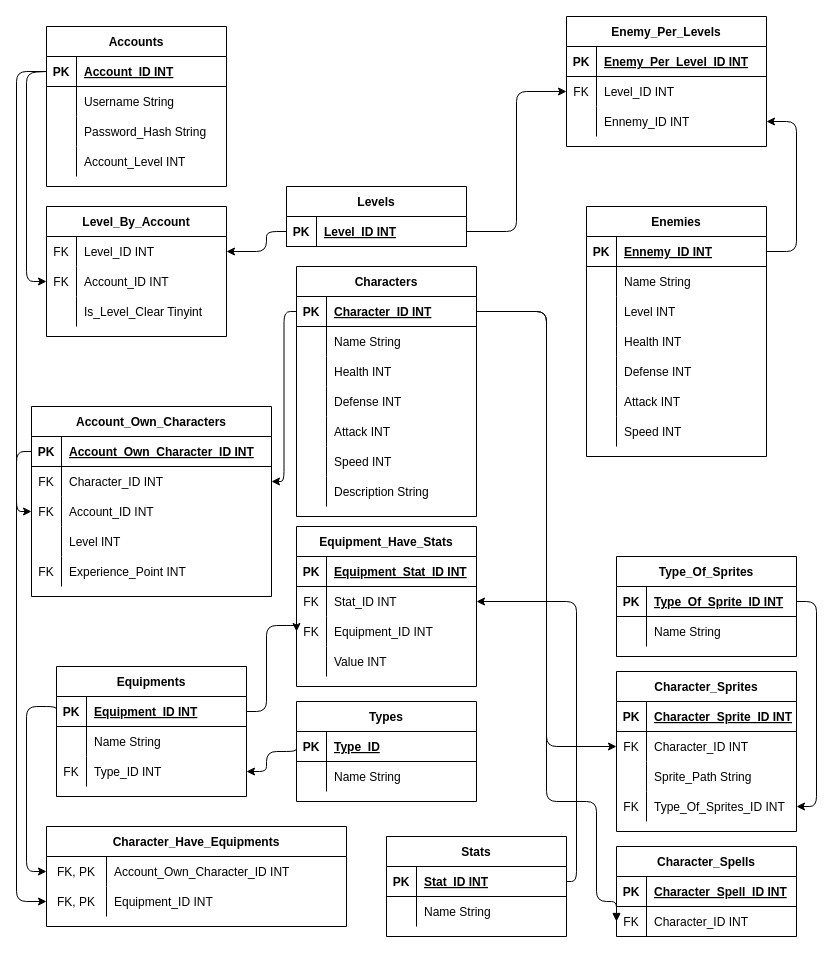
Nomeos/Code-TimeRewind keeps this draw.io diagram as Documentation/MLD.drawio. Above is the earlier version. Source tidied: cells renumbered, new cells numbered last; positions are measured from the earlier drawing's top-left corner, leaving out a move shared by most shapes. Both pictures are drawn from the tidied source at 100%, with x=0, y=0 at pixel (16, 16).
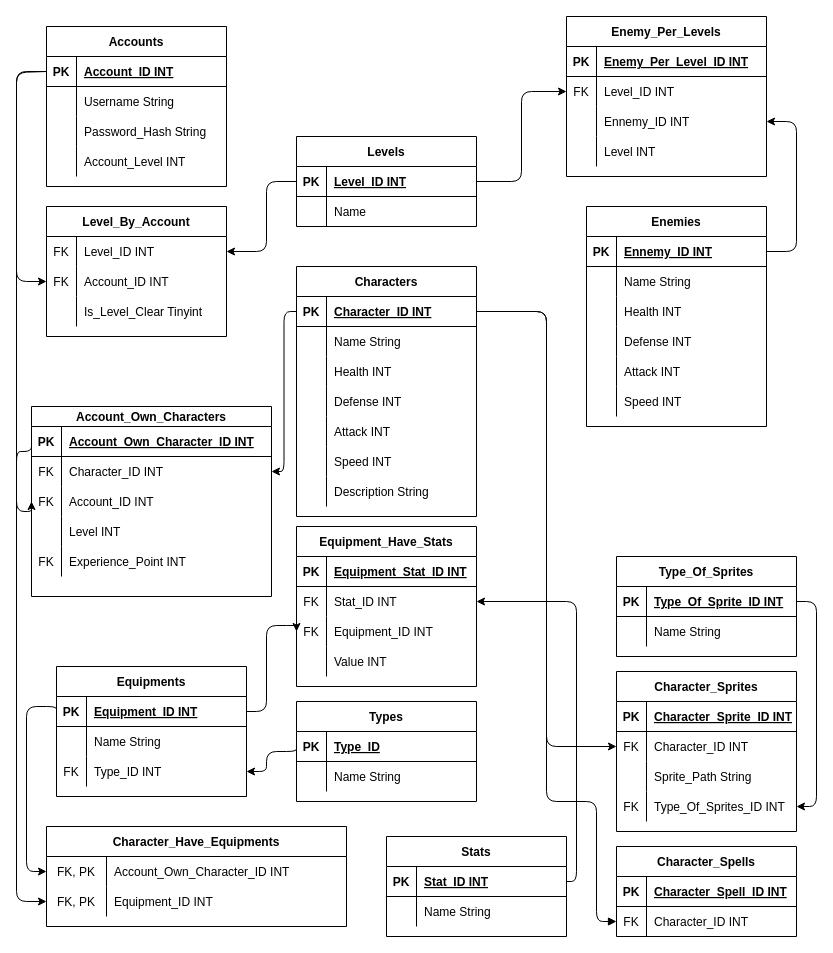
The same page after the edit.

The change refers to these unchanged cells:
```xml
<mxCell id="3" style="shape=partialRectangle;fillColor=none;top=0;left=0;bottom=1;right=0;points=[[0,0.5],[1,0.5]];portConstraint=eastwest;" parent="2" vertex="1">
  <mxGeometry y="30" width="180" height="30" as="geometry" />
</mxCell>
<mxCell id="16" style="shape=partialRectangle;fillColor=none;top=0;left=0;bottom=1;right=0;points=[[0,0.5],[1,0.5]];portConstraint=eastwest;" parent="15" vertex="1">
  <mxGeometry y="30" width="180" height="30" as="geometry" />
</mxCell>
<mxCell id="151" style="shape=partialRectangle;fillColor=none;top=0;left=0;bottom=0;right=0;points=[[0,0.5],[1,0.5]];portConstraint=eastwest;" parent="147" vertex="1">
  <mxGeometry y="60" width="180" height="30" as="geometry" />
</mxCell>
<mxCell id="155" style="shape=partialRectangle;fillColor=none;top=0;left=0;bottom=1;right=0;points=[[0,0.5],[1,0.5]];portConstraint=eastwest;" parent="154" vertex="1">
  <mxGeometry y="30" width="180" height="30" as="geometry" />
</mxCell>
<mxCell id="161" style="shape=partialRectangle;fillColor=none;top=0;left=0;bottom=0;right=0;points=[[0,0.5],[1,0.5]];portConstraint=eastwest;" parent="160" vertex="1">
  <mxGeometry y="30" width="180" height="30" as="geometry" />
</mxCell>
<mxCell id="164" style="shape=partialRectangle;fillColor=none;top=0;left=0;bottom=0;right=0;points=[[0,0.5],[1,0.5]];portConstraint=eastwest;" parent="160" vertex="1">
  <mxGeometry y="60" width="180" height="30" as="geometry" />
</mxCell>
```

Change to the diagram source:
```diff
@@
     <mxCell id="37" value="Enemies" style="shape=table;startSize=30;childLayout=tableLayout;rowLines=0;fontStyle=1;align=center;" parent="1" vertex="1">
-      <mxGeometry x="570" y="190" width="180" height="250" as="geometry" />
+      <mxGeometry x="570" y="190" width="180" height="220" as="geometry" />
     </mxCell>
@@
-    <mxCell id="44" style="shape=partialRectangle;fillColor=none;top=0;left=0;bottom=0;right=0;" parent="37" vertex="1">
-      <mxGeometry y="90" width="180" height="30" as="geometry" />
-    </mxCell>
-    <mxCell id="45" style="shape=partialRectangle;fillColor=none;top=0;left=0;bottom=0;right=0;overflow=hidden;" parent="44" vertex="1">
-      <mxGeometry width="30" height="30" as="geometry" />
-    </mxCell>
-    <mxCell id="46" value="Level INT" style="shape=partialRectangle;fillColor=none;top=0;left=0;bottom=0;right=0;align=left;spacingLeft=6;overflow=hidden;" parent="44" vertex="1">
-      <mxGeometry x="30" width="150" height="30" as="geometry" />
-    </mxCell>
     <mxCell id="47" style="shape=partialRectangle;fillColor=none;top=0;left=0;bottom=0;right=0;" parent="37" vertex="1">
-      <mxGeometry y="120" width="180" height="30" as="geometry" />
+      <mxGeometry y="90" width="180" height="30" as="geometry" />
     </mxCell>
@@
     <mxCell id="50" style="shape=partialRectangle;fillColor=none;top=0;left=0;bottom=0;right=0;" parent="37" vertex="1">
-      <mxGeometry y="150" width="180" height="30" as="geometry" />
+      <mxGeometry y="120" width="180" height="30" as="geometry" />
     </mxCell>
@@
     <mxCell id="53" style="shape=partialRectangle;fillColor=none;top=0;left=0;bottom=0;right=0;" parent="37" vertex="1">
-      <mxGeometry y="180" width="180" height="30" as="geometry" />
+      <mxGeometry y="150" width="180" height="30" as="geometry" />
     </mxCell>
@@
     <mxCell id="56" style="shape=partialRectangle;fillColor=none;top=0;left=0;bottom=0;right=0;" parent="37" vertex="1">
-      <mxGeometry y="210" width="180" height="30" as="geometry" />
+      <mxGeometry y="180" width="180" height="30" as="geometry" />
     </mxCell>
@@
-    <mxCell id="91" value="Account_Own_Characters" style="shape=table;startSize=30;childLayout=tableLayout;rowLines=0;fontStyle=1;align=center;" parent="1" vertex="1">
+    <mxCell id="91" value="Account_Own_Characters" style="shape=table;startSize=20;childLayout=tableLayout;rowLines=0;fontStyle=1;align=center;" parent="1" vertex="1">
       <mxGeometry x="15" y="390" width="240" height="190" as="geometry" />
     </mxCell>
     <mxCell id="92" style="shape=partialRectangle;fillColor=none;top=0;left=0;bottom=1;right=0;points=[[0,0.5],[1,0.5]];portConstraint=eastwest;" parent="91" vertex="1">
-      <mxGeometry y="30" width="240" height="30" as="geometry" />
+      <mxGeometry y="20" width="240" height="30" as="geometry" />
     </mxCell>
@@
     <mxCell id="95" style="shape=partialRectangle;fillColor=none;top=0;left=0;bottom=0;right=0;points=[[0,0.5],[1,0.5]];portConstraint=eastwest;" parent="91" vertex="1">
-      <mxGeometry y="60" width="240" height="30" as="geometry" />
+      <mxGeometry y="50" width="240" height="30" as="geometry" />
     </mxCell>
@@
     <mxCell id="98" style="shape=partialRectangle;fillColor=none;top=0;left=0;bottom=0;right=0;points=[[0,0.5],[1,0.5]];portConstraint=eastwest;" parent="91" vertex="1">
-      <mxGeometry y="90" width="240" height="30" as="geometry" />
+      <mxGeometry y="80" width="240" height="30" as="geometry" />
     </mxCell>
@@
     <mxCell id="101" style="shape=partialRectangle;fillColor=none;top=0;left=0;bottom=0;right=0;" parent="91" vertex="1">
-      <mxGeometry y="120" width="240" height="30" as="geometry" />
+      <mxGeometry y="110" width="240" height="30" as="geometry" />
     </mxCell>
@@
     <mxCell id="104" style="shape=partialRectangle;fillColor=none;top=0;left=0;bottom=0;right=0;" parent="91" vertex="1">
-      <mxGeometry y="150" width="240" height="30" as="geometry" />
+      <mxGeometry y="140" width="240" height="30" as="geometry" />
     </mxCell>
@@
     <mxCell id="154" value="Levels" style="shape=table;startSize=30;childLayout=tableLayout;rowLines=0;fontStyle=1;align=center;" parent="1" vertex="1">
-      <mxGeometry x="270" y="170" width="180" height="60" as="geometry" />
+      <mxGeometry x="280" y="120" width="180" height="90" as="geometry" />
     </mxCell>
@@
+    <mxCell id="184" style="shape=partialRectangle;fillColor=none;top=0;left=0;bottom=0;right=0;" parent="154" vertex="1">
+      <mxGeometry y="60" width="180" height="30" as="geometry" />
+    </mxCell>
+    <mxCell id="185" style="shape=partialRectangle;fillColor=none;top=0;left=0;bottom=0;right=0;fontStyle=0;overflow=hidden;" parent="184" vertex="1">
+      <mxGeometry width="30" height="30" as="geometry" />
+    </mxCell>
+    <mxCell id="186" value="Name" style="shape=partialRectangle;fillColor=none;top=0;left=0;bottom=0;right=0;align=left;spacingLeft=6;fontStyle=0;overflow=hidden;" parent="184" vertex="1">
+      <mxGeometry x="30" width="150" height="30" as="geometry" />
+    </mxCell>
     <mxCell id="158" style="edgeStyle=orthogonalEdgeStyle;fontSize=12;html=1;endArrow=block;endFill=1;exitX=1;exitY=0.5;exitDx=0;exitDy=0;entryX=0;entryY=0.5;entryDx=0;entryDy=0;" parent="1" edge="1" source="16" target="151">
       <mxGeometry relative="1" as="geometry">
         <Array as="points">
           <mxPoint x="530" y="295" />
           <mxPoint x="530" y="785" />
           <mxPoint x="580" y="785" />
-          <mxPoint x="580" y="885" />
+          <mxPoint x="580" y="905" />
         </Array>
       </mxGeometry>
     </mxCell>
@@
     <mxCell id="170" value="Enemy_Per_Levels" style="shape=table;startSize=30;childLayout=tableLayout;rowLines=0;fontStyle=1;align=center;" parent="1" vertex="1">
-      <mxGeometry x="550" width="200" height="130" as="geometry" />
+      <mxGeometry x="550" width="200" height="160" as="geometry" />
     </mxCell>
@@
+    <mxCell id="44" style="shape=partialRectangle;fillColor=none;top=0;left=0;bottom=0;right=0;" parent="170" vertex="1">
+      <mxGeometry y="120" width="200" height="30" as="geometry" />
+    </mxCell>
+    <mxCell id="45" style="shape=partialRectangle;fillColor=none;top=0;left=0;bottom=0;right=0;overflow=hidden;" parent="44" vertex="1">
+      <mxGeometry width="30" height="30" as="geometry" />
+    </mxCell>
+    <mxCell id="46" value="Level INT" style="shape=partialRectangle;fillColor=none;top=0;left=0;bottom=0;right=0;align=left;spacingLeft=6;overflow=hidden;" parent="44" vertex="1">
+      <mxGeometry x="30" width="170" height="30" as="geometry" />
+    </mxCell>
     <mxCell id="180" style="fontSize=12;html=1;endArrow=none;endFill=0;entryX=0;entryY=0.5;entryDx=0;entryDy=0;exitX=1;exitY=0.5;exitDx=0;exitDy=0;startArrow=classic;startFill=1;edgeStyle=orthogonalEdgeStyle;" parent="1" edge="1" source="161" target="155">
       <mxGeometry relative="1" as="geometry">
         <Array as="points">
           <mxPoint x="250" y="235" />
-          <mxPoint x="250" y="215" />
+          <mxPoint x="250" y="165" />
         </Array>
       </mxGeometry>
     </mxCell>
     <mxCell id="181" style="edgeStyle=orthogonalEdgeStyle;fontSize=12;html=1;endArrow=classic;endFill=1;entryX=0;entryY=0.5;entryDx=0;entryDy=0;exitX=0;exitY=0.5;exitDx=0;exitDy=0;" parent="1" edge="1" source="3" target="164">
       <mxGeometry relative="1" as="geometry">
         <Array as="points">
-          <mxPoint x="10" y="56" />
-          <mxPoint x="10" y="265" />
+          <mxPoint x="30" y="56" />
+          <mxPoint y="56" />
+          <mxPoint y="265" />
         </Array>
       </mxGeometry>
     </mxCell>
```
